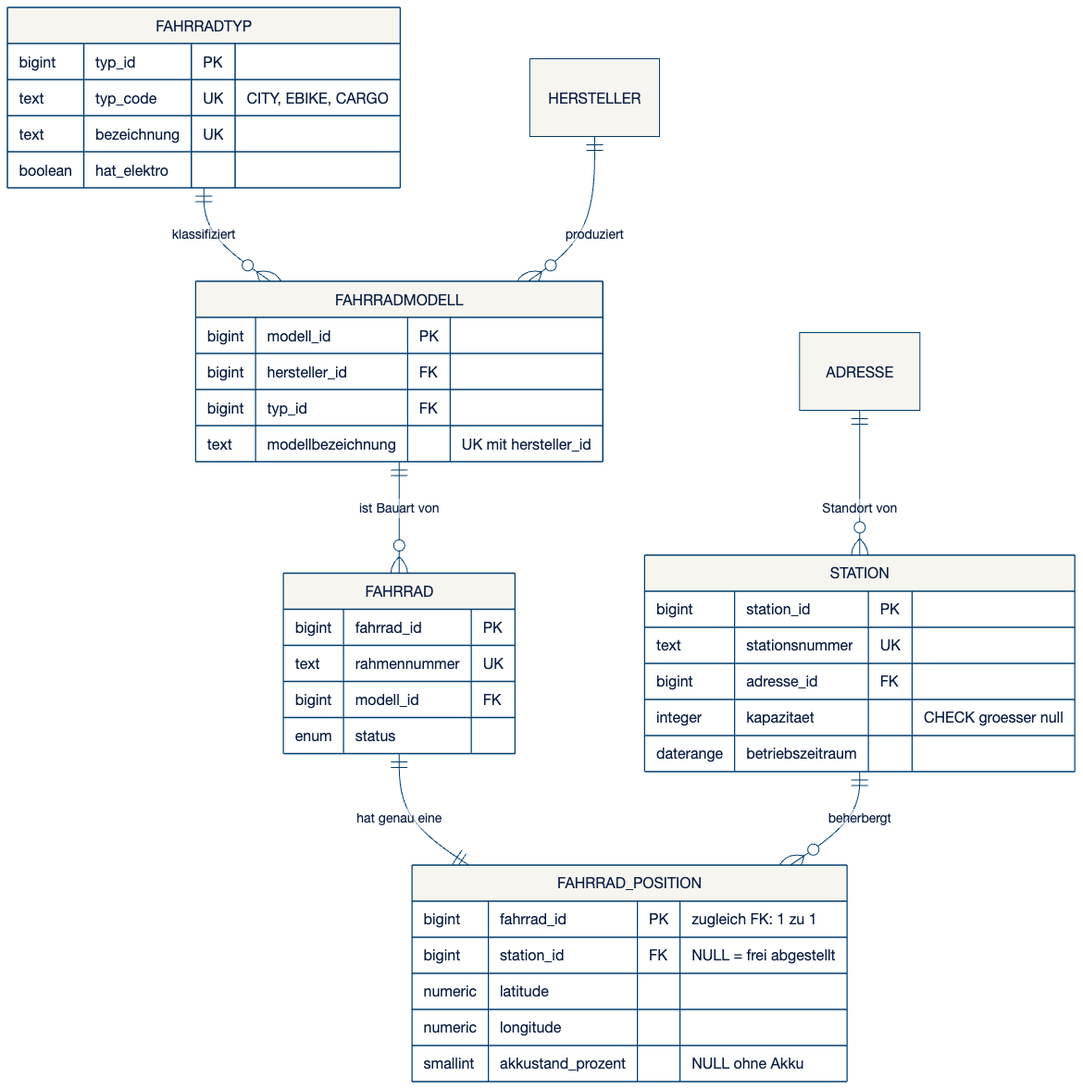
swrobuts/velocity-fallstudie keeps this Mermaid diagram as slides/assets/rel-b-netz-und-flotte.png. Above is the earlier version. Its source is kept beside it as doku/datenmodell/erd/rel-b-netz-und-flotte.mmd.
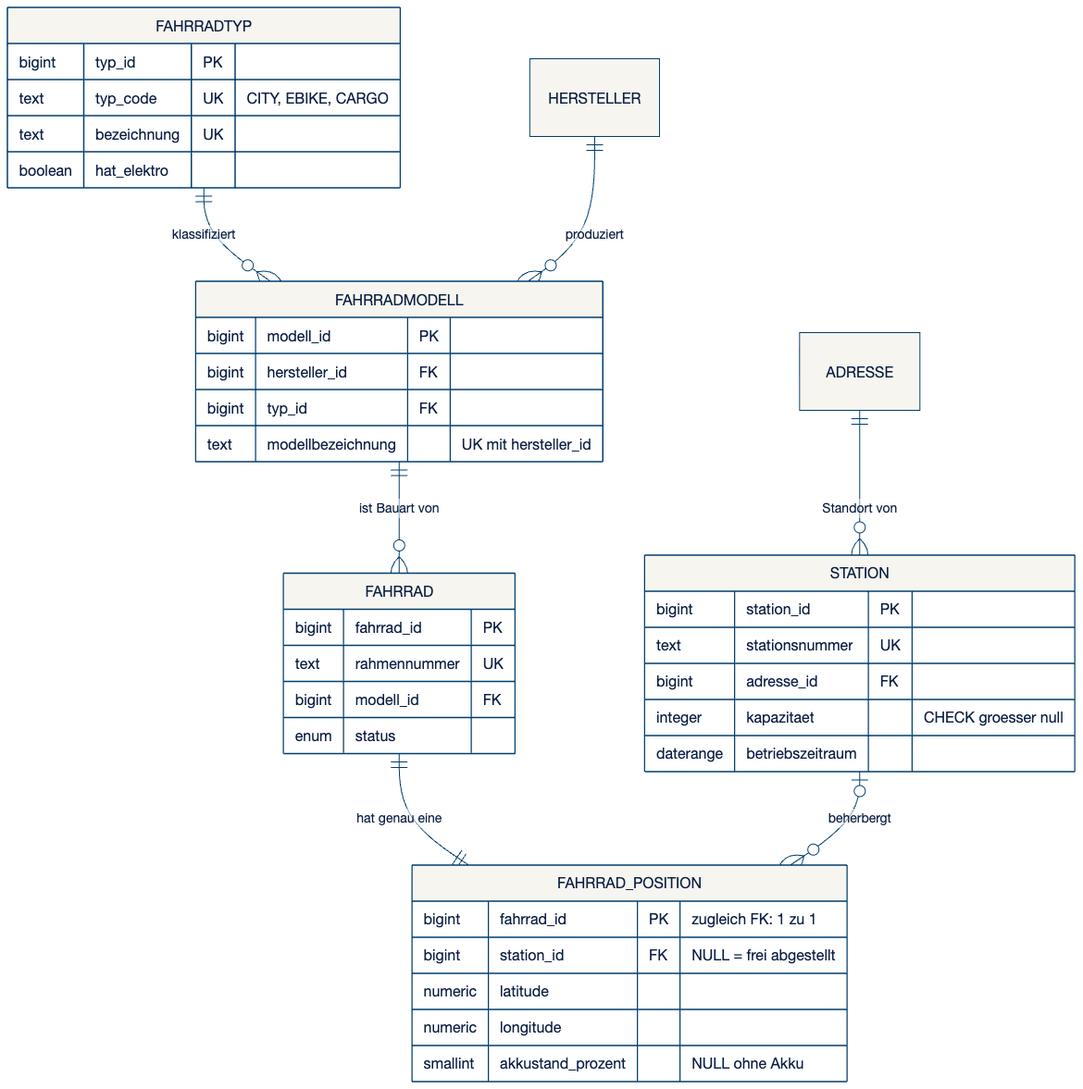
Later version of the same file.

The edit, as a diff of the source:
```diff
@@ -4,7 +4,7 @@
     HERSTELLER    ||--o{ FAHRRADMODELL    : "produziert"
     FAHRRADMODELL ||--o{ FAHRRAD          : "ist Bauart von"
     FAHRRAD       ||--|| FAHRRAD_POSITION : "hat genau eine"
-    STATION       ||--o{ FAHRRAD_POSITION : "beherbergt"
+    STATION       |o--o{ FAHRRAD_POSITION : "beherbergt"
 
     STATION {
         bigint    station_id     PK
```
